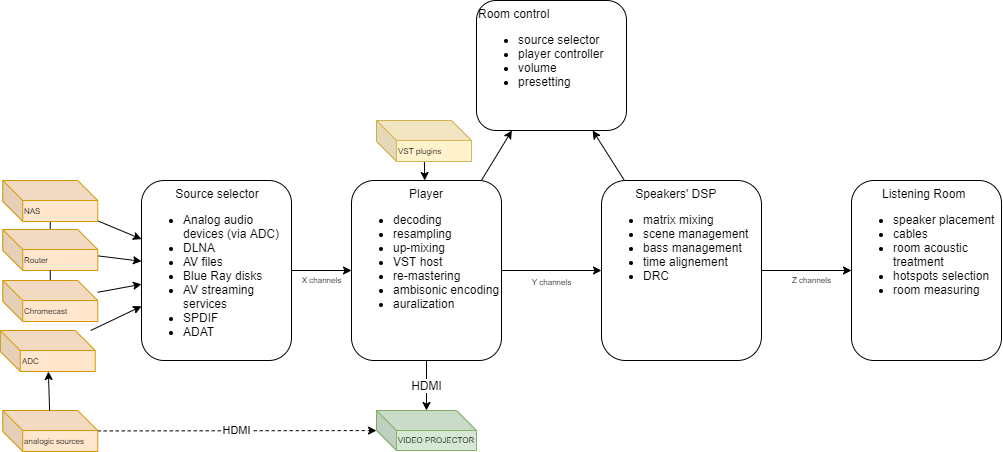
The draw.io diagram images/functional-view.png in ecow/liroma, before a commit. Source tidied: cells renumbered, new cells last; positions are measured from the earlier drawing's top-left corner, leaving out a move shared by most shapes. Its diagram source:
```xml
<mxGraphModel background="#FFFFFF">
  <root>
    <mxCell id="0" />
    <mxCell id="1" parent="0" />
    <mxCell id="2" value="HDMI" style="edgeStyle=none;rounded=0;jettySize=auto;html=1;dashed=1;" parent="1" edge="1" source="3" target="14">
      <mxGeometry relative="1" as="geometry" />
    </mxCell>
    <mxCell id="3" value="analogic sources" style="shape=cube;whiteSpace=wrap;html=1;boundedLbl=1;backgroundOutline=1;darkOpacity=0.05;darkOpacity2=0.1;sketch=0;fontSize=8;align=left;verticalAlign=top;fillColor=#ffe6cc;strokeColor=#d79b00;" parent="1" vertex="1">
      <mxGeometry x="2.2" y="410" width="95" height="41" as="geometry" />
    </mxCell>
    <mxCell id="4" value="&lt;font style=&quot;font-size: 8px&quot;&gt;Y channels&lt;/font&gt;" style="edgeStyle=none;rounded=0;sketch=0;jettySize=auto;html=1;fontSize=12;startArrow=none;startFill=0;endArrow=classic;endFill=1;startSize=6;endSize=6;strokeWidth=1;" parent="1" edge="1" source="7" target="10">
      <mxGeometry y="-10" relative="1" as="geometry" />
    </mxCell>
    <mxCell id="5" value="HDMI" style="edgeStyle=none;rounded=0;sketch=0;jettySize=auto;html=1;fontSize=12;startArrow=none;startFill=0;endArrow=classic;endFill=1;startSize=6;endSize=6;strokeWidth=1;" parent="1" edge="1" source="7" target="14">
      <mxGeometry relative="1" as="geometry" />
    </mxCell>
    <mxCell id="6" style="edgeStyle=none;rounded=0;sketch=0;jettySize=auto;html=1;fontSize=12;startArrow=none;startFill=0;endArrow=classic;endFill=1;startSize=6;endSize=6;strokeColor=#000000;strokeWidth=1;" parent="1" edge="1" source="7" target="11">
      <mxGeometry relative="1" as="geometry" />
    </mxCell>
    <mxCell id="7" value="&lt;div style=&quot;text-align: center&quot;&gt;&lt;span&gt;Player&lt;/span&gt;&lt;/div&gt;&lt;ul&gt;&lt;li&gt;decoding&lt;/li&gt;&lt;li&gt;resampling&lt;/li&gt;&lt;li&gt;up-mixing&lt;/li&gt;&lt;li&gt;VST host&lt;/li&gt;&lt;li&gt;re-mastering&lt;/li&gt;&lt;li&gt;ambisonic encoding&lt;/li&gt;&lt;li&gt;auralization&lt;/li&gt;&lt;/ul&gt;" style="rounded=1;whiteSpace=wrap;html=1;sketch=0;fontSize=12;align=left;verticalAlign=top;" parent="1" vertex="1">
      <mxGeometry x="351" y="180" width="150" height="180" as="geometry" />
    </mxCell>
    <mxCell id="8" value="Z channels" style="edgeStyle=none;rounded=0;sketch=0;jettySize=auto;html=1;fontSize=8;startArrow=none;startFill=0;endArrow=classic;endFill=1;startSize=6;endSize=6;strokeWidth=1;" parent="1" edge="1" source="10" target="23">
      <mxGeometry x="0.11" y="-10" relative="1" as="geometry" />
    </mxCell>
    <mxCell id="9" style="edgeStyle=none;rounded=0;sketch=0;jettySize=auto;html=1;fontSize=12;startArrow=none;startFill=0;endArrow=classic;endFill=1;startSize=6;endSize=6;strokeColor=#000000;strokeWidth=1;" parent="1" edge="1" source="10" target="11">
      <mxGeometry relative="1" as="geometry" />
    </mxCell>
    <mxCell id="10" value="&lt;div style=&quot;text-align: center&quot;&gt;&lt;span&gt;Speakers' DSP&lt;/span&gt;&lt;/div&gt;&lt;ul&gt;&lt;li&gt;&lt;span&gt;matrix mixing&lt;/span&gt;&lt;/li&gt;&lt;li&gt;&lt;span&gt;scene management&lt;/span&gt;&lt;/li&gt;&lt;li&gt;&lt;span&gt;bass management&lt;/span&gt;&lt;br&gt;&lt;/li&gt;&lt;li&gt;time alignement&lt;/li&gt;&lt;li&gt;DRC&lt;/li&gt;&lt;/ul&gt;" style="rounded=1;whiteSpace=wrap;html=1;sketch=0;fontSize=12;align=left;verticalAlign=top;" parent="1" vertex="1">
      <mxGeometry x="601" y="180" width="160" height="180" as="geometry" />
    </mxCell>
    <mxCell id="11" value="Room control&lt;br&gt;&lt;ul&gt;&lt;li&gt;source selector&lt;/li&gt;&lt;li&gt;player controller&lt;/li&gt;&lt;li&gt;volume&lt;/li&gt;&lt;li&gt;presetting&lt;/li&gt;&lt;/ul&gt;" style="rounded=1;whiteSpace=wrap;html=1;sketch=0;fontSize=12;align=left;verticalAlign=top;" parent="1" vertex="1">
      <mxGeometry x="476" width="150" height="130" as="geometry" />
    </mxCell>
    <mxCell id="12" value="X channels" style="edgeStyle=none;rounded=0;sketch=0;jettySize=auto;html=1;fontSize=8;startArrow=none;startFill=0;endArrow=classic;endFill=1;startSize=6;endSize=6;strokeColor=#000000;strokeWidth=1;" parent="1" edge="1" source="13" target="7">
      <mxGeometry y="-10" relative="1" as="geometry" />
    </mxCell>
    <mxCell id="13" value="&lt;div style=&quot;text-align: center&quot;&gt;&lt;span&gt;Source selector&lt;/span&gt;&lt;/div&gt;&lt;ul&gt;&lt;li&gt;Analog audio&amp;nbsp; devices (via ADC)&lt;/li&gt;&lt;li&gt;DLNA&lt;/li&gt;&lt;li&gt;AV files&lt;/li&gt;&lt;li&gt;Blue Ray disks&lt;/li&gt;&lt;li&gt;AV streaming services&lt;/li&gt;&lt;li&gt;SPDIF&lt;/li&gt;&lt;li&gt;ADAT&lt;/li&gt;&lt;/ul&gt;" style="rounded=1;whiteSpace=wrap;html=1;sketch=0;fontSize=12;align=left;verticalAlign=top;" parent="1" vertex="1">
      <mxGeometry x="141" y="180" width="150" height="180" as="geometry" />
    </mxCell>
    <mxCell id="14" value="VIDEO PROJECTOR" style="shape=cube;whiteSpace=wrap;html=1;boundedLbl=1;backgroundOutline=1;darkOpacity=0.05;darkOpacity2=0.1;fontSize=8;verticalAlign=middle;fillColor=#d5e8d4;strokeColor=#82b366;" parent="1" vertex="1">
      <mxGeometry x="376" y="410" width="100" height="40" as="geometry" />
    </mxCell>
    <mxCell id="15" style="edgeStyle=none;rounded=0;sketch=0;jettySize=auto;html=1;fontSize=12;startArrow=none;startFill=0;endArrow=classic;endFill=1;startSize=6;endSize=6;strokeColor=#000000;strokeWidth=1;" parent="1" edge="1" source="17" target="13">
      <mxGeometry relative="1" as="geometry" />
    </mxCell>
    <mxCell id="16" style="edgeStyle=none;rounded=0;sketch=0;jettySize=auto;html=1;fontSize=8;startArrow=none;startFill=0;endArrow=none;endFill=0;startSize=6;endSize=6;strokeColor=#000000;strokeWidth=1;" parent="1" edge="1" source="17" target="19">
      <mxGeometry relative="1" as="geometry" />
    </mxCell>
    <mxCell id="17" value="NAS" style="shape=cube;whiteSpace=wrap;html=1;boundedLbl=1;backgroundOutline=1;darkOpacity=0.05;darkOpacity2=0.1;sketch=0;fontSize=8;align=left;verticalAlign=top;fillColor=#ffe6cc;strokeColor=#d79b00;" parent="1" vertex="1">
      <mxGeometry x="2.2" y="180" width="95" height="41" as="geometry" />
    </mxCell>
    <mxCell id="18" style="edgeStyle=none;rounded=0;sketch=0;jettySize=auto;html=1;fontSize=12;startArrow=none;startFill=0;endArrow=classic;endFill=1;startSize=6;endSize=6;strokeColor=#000000;strokeWidth=1;" parent="1" edge="1" source="19" target="13">
      <mxGeometry relative="1" as="geometry" />
    </mxCell>
    <mxCell id="19" value="Router" style="shape=cube;whiteSpace=wrap;html=1;boundedLbl=1;backgroundOutline=1;darkOpacity=0.05;darkOpacity2=0.1;sketch=0;fontSize=8;align=left;verticalAlign=top;fillColor=#ffe6cc;strokeColor=#d79b00;" parent="1" vertex="1">
      <mxGeometry x="2.2" y="229" width="95" height="41" as="geometry" />
    </mxCell>
    <mxCell id="20" style="edgeStyle=none;rounded=0;sketch=0;jettySize=auto;html=1;fontSize=12;startArrow=none;startFill=0;endArrow=classic;endFill=1;startSize=6;endSize=6;strokeColor=#000000;strokeWidth=1;" parent="1" edge="1" source="22" target="13">
      <mxGeometry relative="1" as="geometry" />
    </mxCell>
    <mxCell id="21" style="edgeStyle=none;rounded=0;sketch=0;jettySize=auto;html=1;fontSize=8;startArrow=none;startFill=0;endArrow=none;endFill=0;startSize=6;endSize=6;strokeColor=#000000;strokeWidth=1;" parent="1" edge="1" source="22" target="19">
      <mxGeometry relative="1" as="geometry" />
    </mxCell>
    <mxCell id="22" value="Chromecast" style="shape=cube;whiteSpace=wrap;html=1;boundedLbl=1;backgroundOutline=1;darkOpacity=0.05;darkOpacity2=0.1;sketch=0;fontSize=8;align=left;verticalAlign=top;fillColor=#ffe6cc;strokeColor=#d79b00;" parent="1" vertex="1">
      <mxGeometry x="2.2" y="280" width="95" height="41" as="geometry" />
    </mxCell>
    <mxCell id="23" value="&lt;div style=&quot;text-align: center&quot;&gt;&lt;span&gt;Listening Room&lt;/span&gt;&lt;/div&gt;&lt;ul&gt;&lt;li&gt;speaker placement&lt;/li&gt;&lt;li&gt;cables&lt;/li&gt;&lt;li&gt;&lt;span style=&quot;text-align: center&quot;&gt;room acoustic&lt;/span&gt;&lt;br style=&quot;text-align: center&quot;&gt;&lt;span style=&quot;text-align: center&quot;&gt;treatment&lt;/span&gt;&lt;br&gt;&lt;/li&gt;&lt;li&gt;hotspots selection&lt;/li&gt;&lt;li&gt;room measuring&lt;/li&gt;&lt;/ul&gt;" style="rounded=1;whiteSpace=wrap;html=1;sketch=0;fontSize=12;align=left;verticalAlign=top;" parent="1" vertex="1">
      <mxGeometry x="851" y="180" width="150" height="180" as="geometry" />
    </mxCell>
    <mxCell id="24" style="edgeStyle=none;rounded=0;sketch=0;jettySize=auto;html=1;fontSize=8;startArrow=none;startFill=0;endArrow=classic;endFill=1;startSize=6;endSize=6;strokeColor=#000000;strokeWidth=1;" parent="1" edge="1" source="26" target="13">
      <mxGeometry relative="1" as="geometry" />
    </mxCell>
    <mxCell id="25" style="edgeStyle=none;rounded=0;sketch=0;jettySize=auto;html=1;fontSize=8;startArrow=none;startFill=0;endArrow=classic;endFill=1;startSize=6;endSize=6;strokeColor=#000000;strokeWidth=1;" parent="1" edge="1" source="3" target="26">
      <mxGeometry relative="1" as="geometry" />
    </mxCell>
    <mxCell id="26" value="ADC" style="shape=cube;whiteSpace=wrap;html=1;boundedLbl=1;backgroundOutline=1;darkOpacity=0.05;darkOpacity2=0.1;sketch=0;fontSize=8;align=left;verticalAlign=top;fillColor=#ffe6cc;strokeColor=#d79b00;" parent="1" vertex="1">
      <mxGeometry x="-0.2" y="330" width="95" height="41" as="geometry" />
    </mxCell>
    <mxCell id="27" style="edgeStyle=none;rounded=0;jettySize=auto;html=1;" parent="1" edge="1" source="28" target="7">
      <mxGeometry relative="1" as="geometry" />
    </mxCell>
    <mxCell id="28" value="VST plugins" style="shape=cube;whiteSpace=wrap;html=1;boundedLbl=1;backgroundOutline=1;darkOpacity=0.05;darkOpacity2=0.1;sketch=0;fontSize=8;align=left;verticalAlign=top;fillColor=#fff2cc;strokeColor=#d6b656;" parent="1" vertex="1">
      <mxGeometry x="376" y="120" width="95" height="41" as="geometry" />
    </mxCell>
  </root>
</mxGraphModel>
```
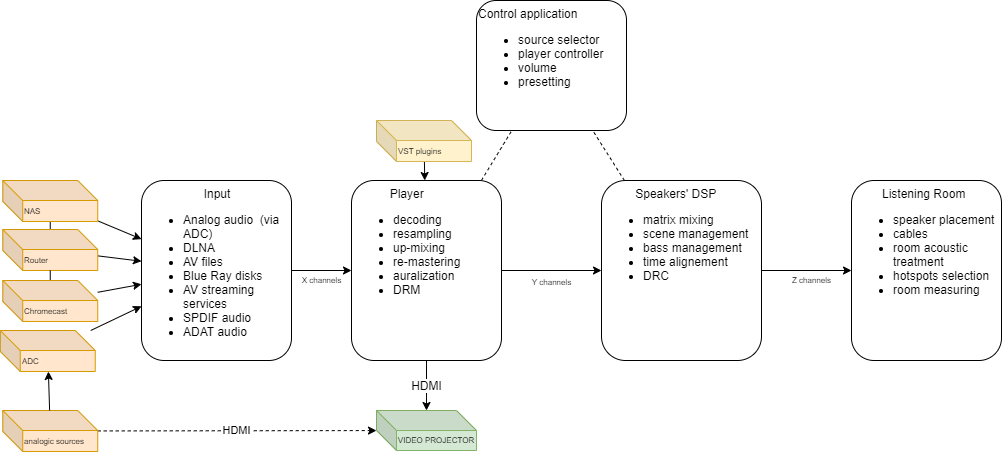
After the change.

The edit, as a diff of the source:
```diff
@@ -14,28 +14,28 @@
     <mxCell id="5" value="HDMI" style="edgeStyle=none;rounded=0;sketch=0;jettySize=auto;html=1;fontSize=12;startArrow=none;startFill=0;endArrow=classic;endFill=1;startSize=6;endSize=6;strokeWidth=1;" parent="1" edge="1" source="7" target="14">
       <mxGeometry relative="1" as="geometry" />
     </mxCell>
-    <mxCell id="6" style="edgeStyle=none;rounded=0;sketch=0;jettySize=auto;html=1;fontSize=12;startArrow=none;startFill=0;endArrow=classic;endFill=1;startSize=6;endSize=6;strokeColor=#000000;strokeWidth=1;" parent="1" edge="1" source="7" target="11">
+    <mxCell id="6" style="edgeStyle=none;rounded=0;sketch=0;jettySize=auto;html=1;fontSize=12;startArrow=none;startFill=0;endArrow=none;endFill=0;startSize=6;endSize=6;strokeColor=#000000;strokeWidth=1;dashed=1;" parent="1" edge="1" source="7" target="11">
       <mxGeometry relative="1" as="geometry" />
     </mxCell>
-    <mxCell id="7" value="&lt;div style=&quot;text-align: center&quot;&gt;&lt;span&gt;Player&lt;/span&gt;&lt;/div&gt;&lt;ul&gt;&lt;li&gt;decoding&lt;/li&gt;&lt;li&gt;resampling&lt;/li&gt;&lt;li&gt;up-mixing&lt;/li&gt;&lt;li&gt;VST host&lt;/li&gt;&lt;li&gt;re-mastering&lt;/li&gt;&lt;li&gt;ambisonic encoding&lt;/li&gt;&lt;li&gt;auralization&lt;/li&gt;&lt;/ul&gt;" style="rounded=1;whiteSpace=wrap;html=1;sketch=0;fontSize=12;align=left;verticalAlign=top;" parent="1" vertex="1">
+    <mxCell id="7" value="&lt;div style=&quot;text-align: center&quot;&gt;&lt;span&gt;Player&lt;/span&gt;&lt;/div&gt;&lt;ul&gt;&lt;li&gt;decoding&lt;/li&gt;&lt;li&gt;resampling&lt;/li&gt;&lt;li&gt;up-mixing&lt;/li&gt;&lt;li&gt;re-mastering&lt;/li&gt;&lt;li&gt;auralization&lt;/li&gt;&lt;li&gt;DRM&lt;/li&gt;&lt;/ul&gt;" style="rounded=1;whiteSpace=wrap;html=1;sketch=0;fontSize=12;align=left;verticalAlign=top;" parent="1" vertex="1">
       <mxGeometry x="351" y="180" width="150" height="180" as="geometry" />
     </mxCell>
     <mxCell id="8" value="Z channels" style="edgeStyle=none;rounded=0;sketch=0;jettySize=auto;html=1;fontSize=8;startArrow=none;startFill=0;endArrow=classic;endFill=1;startSize=6;endSize=6;strokeWidth=1;" parent="1" edge="1" source="10" target="23">
       <mxGeometry x="0.11" y="-10" relative="1" as="geometry" />
     </mxCell>
-    <mxCell id="9" style="edgeStyle=none;rounded=0;sketch=0;jettySize=auto;html=1;fontSize=12;startArrow=none;startFill=0;endArrow=classic;endFill=1;startSize=6;endSize=6;strokeColor=#000000;strokeWidth=1;" parent="1" edge="1" source="10" target="11">
+    <mxCell id="9" style="edgeStyle=none;rounded=0;sketch=0;jettySize=auto;html=1;fontSize=12;startArrow=none;startFill=0;endArrow=none;endFill=0;startSize=6;endSize=6;strokeColor=#000000;strokeWidth=1;dashed=1;" parent="1" edge="1" source="10" target="11">
       <mxGeometry relative="1" as="geometry" />
     </mxCell>
     <mxCell id="10" value="&lt;div style=&quot;text-align: center&quot;&gt;&lt;span&gt;Speakers' DSP&lt;/span&gt;&lt;/div&gt;&lt;ul&gt;&lt;li&gt;&lt;span&gt;matrix mixing&lt;/span&gt;&lt;/li&gt;&lt;li&gt;&lt;span&gt;scene management&lt;/span&gt;&lt;/li&gt;&lt;li&gt;&lt;span&gt;bass management&lt;/span&gt;&lt;br&gt;&lt;/li&gt;&lt;li&gt;time alignement&lt;/li&gt;&lt;li&gt;DRC&lt;/li&gt;&lt;/ul&gt;" style="rounded=1;whiteSpace=wrap;html=1;sketch=0;fontSize=12;align=left;verticalAlign=top;" parent="1" vertex="1">
       <mxGeometry x="601" y="180" width="160" height="180" as="geometry" />
     </mxCell>
-    <mxCell id="11" value="Room control&lt;br&gt;&lt;ul&gt;&lt;li&gt;source selector&lt;/li&gt;&lt;li&gt;player controller&lt;/li&gt;&lt;li&gt;volume&lt;/li&gt;&lt;li&gt;presetting&lt;/li&gt;&lt;/ul&gt;" style="rounded=1;whiteSpace=wrap;html=1;sketch=0;fontSize=12;align=left;verticalAlign=top;" parent="1" vertex="1">
+    <mxCell id="11" value="Control application&lt;br&gt;&lt;ul&gt;&lt;li&gt;source selector&lt;/li&gt;&lt;li&gt;player controller&lt;/li&gt;&lt;li&gt;volume&lt;/li&gt;&lt;li&gt;presetting&lt;/li&gt;&lt;/ul&gt;" style="rounded=1;whiteSpace=wrap;html=1;sketch=0;fontSize=12;align=left;verticalAlign=top;" parent="1" vertex="1">
       <mxGeometry x="476" width="150" height="130" as="geometry" />
     </mxCell>
     <mxCell id="12" value="X channels" style="edgeStyle=none;rounded=0;sketch=0;jettySize=auto;html=1;fontSize=8;startArrow=none;startFill=0;endArrow=classic;endFill=1;startSize=6;endSize=6;strokeColor=#000000;strokeWidth=1;" parent="1" edge="1" source="13" target="7">
       <mxGeometry y="-10" relative="1" as="geometry" />
     </mxCell>
-    <mxCell id="13" value="&lt;div style=&quot;text-align: center&quot;&gt;&lt;span&gt;Source selector&lt;/span&gt;&lt;/div&gt;&lt;ul&gt;&lt;li&gt;Analog audio&amp;nbsp; devices (via ADC)&lt;/li&gt;&lt;li&gt;DLNA&lt;/li&gt;&lt;li&gt;AV files&lt;/li&gt;&lt;li&gt;Blue Ray disks&lt;/li&gt;&lt;li&gt;AV streaming services&lt;/li&gt;&lt;li&gt;SPDIF&lt;/li&gt;&lt;li&gt;ADAT&lt;/li&gt;&lt;/ul&gt;" style="rounded=1;whiteSpace=wrap;html=1;sketch=0;fontSize=12;align=left;verticalAlign=top;" parent="1" vertex="1">
+    <mxCell id="13" value="&lt;div style=&quot;text-align: center&quot;&gt;&lt;span&gt;Input&lt;/span&gt;&lt;/div&gt;&lt;ul&gt;&lt;li&gt;Analog audio&amp;nbsp; (via ADC)&lt;/li&gt;&lt;li&gt;DLNA&lt;/li&gt;&lt;li&gt;AV files&lt;/li&gt;&lt;li&gt;Blue Ray disks&lt;/li&gt;&lt;li&gt;AV streaming services&lt;/li&gt;&lt;li&gt;SPDIF audio&lt;/li&gt;&lt;li&gt;ADAT audio&lt;/li&gt;&lt;/ul&gt;" style="rounded=1;whiteSpace=wrap;html=1;sketch=0;fontSize=12;align=left;verticalAlign=top;" parent="1" vertex="1">
       <mxGeometry x="141" y="180" width="150" height="180" as="geometry" />
     </mxCell>
     <mxCell id="14" value="VIDEO PROJECTOR" style="shape=cube;whiteSpace=wrap;html=1;boundedLbl=1;backgroundOutline=1;darkOpacity=0.05;darkOpacity2=0.1;fontSize=8;verticalAlign=middle;fillColor=#d5e8d4;strokeColor=#82b366;" parent="1" vertex="1">
```
